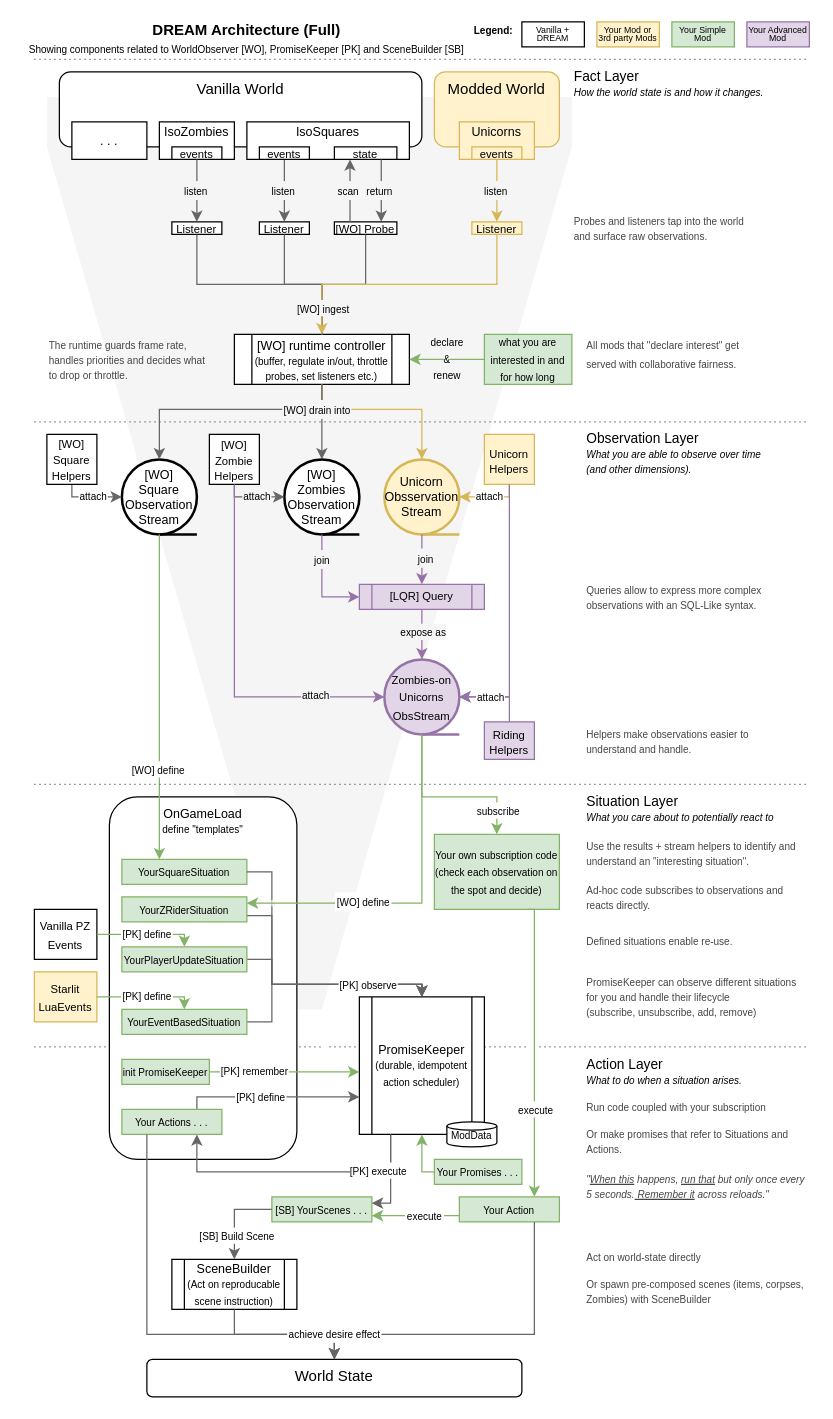
The draw.io diagram diagrams/architecture_full.drawio in christophstrasen/DREAM, before the edit. Source tidied: cells renumbered, new cells numbered last; positions are measured from the earlier drawing's top-left corner, leaving out a move shared by most shapes. Both pictures are drawn from the tidied source at 125%, with x=0, y=0 at pixel (21, 21).
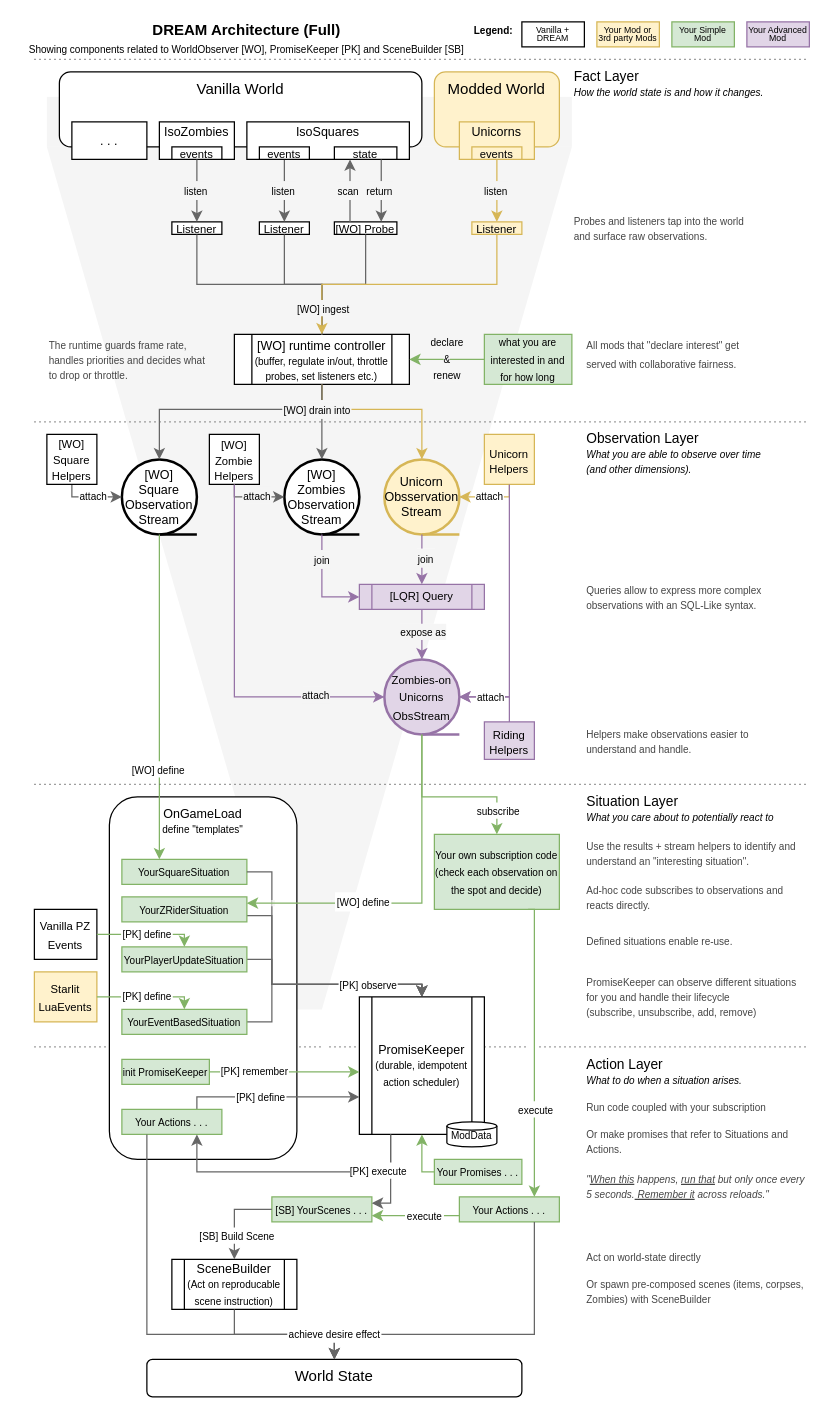
The same page after the edit.

Diff of the diagram source:
```diff
@@
-    <mxCell id="128" value="&lt;div style=&quot;line-height: 100%;&quot;&gt;&lt;font style=&quot;&quot;&gt;&lt;font style=&quot;font-size: 8px;&quot;&gt;&lt;span style=&quot;background-color: transparent; color: light-dark(rgb(0, 0, 0), rgb(255, 255, 255));&quot;&gt;Your&amp;nbsp;&lt;/span&gt;Action&lt;/font&gt;&lt;/font&gt;&lt;/div&gt;" style="rounded=0;whiteSpace=wrap;html=1;fillColor=#d5e8d4;strokeColor=#82b366;" parent="1" vertex="1">
+    <mxCell id="128" value="&lt;div style=&quot;line-height: 100%;&quot;&gt;&lt;font style=&quot;&quot;&gt;&lt;font style=&quot;font-size: 8px;&quot;&gt;&lt;span style=&quot;background-color: transparent; color: light-dark(rgb(0, 0, 0), rgb(255, 255, 255));&quot;&gt;Your&amp;nbsp;&lt;/span&gt;Actions . . .&lt;/font&gt;&lt;/font&gt;&lt;/div&gt;" style="rounded=0;whiteSpace=wrap;html=1;fillColor=#d5e8d4;strokeColor=#82b366;" parent="1" vertex="1">
       <mxGeometry x="350" y="940" width="80" height="20" as="geometry" />
     </mxCell>
```
